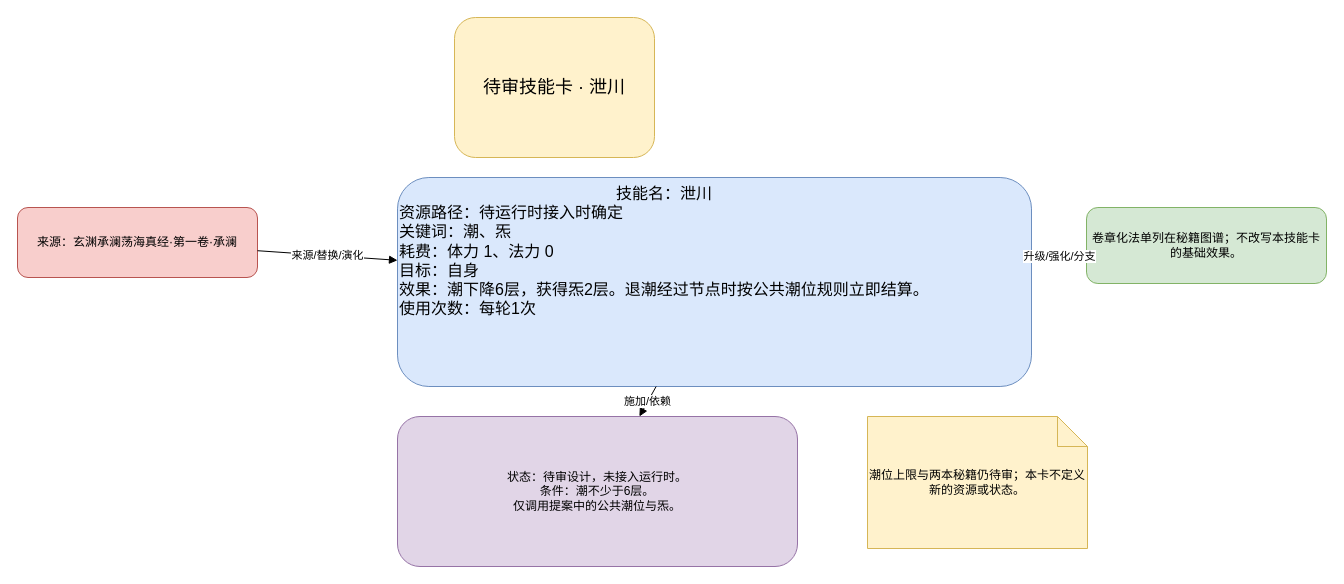
Earlier version of the draw.io diagram page "策划说明" (2 of 2) of docs/卡牌词典/秘籍技能/玄渊承澜荡海真经/泄川.drawio (ankundanetracyc-spec/tian-guan-you-du). Source tidied: cells renumbered, new cells numbered last; positions are measured from the earlier drawing's top-left corner, leaving out a move shared by most shapes. Both pictures are drawn from the tidied source at 100%, with x=0, y=0 at pixel (17, 17).
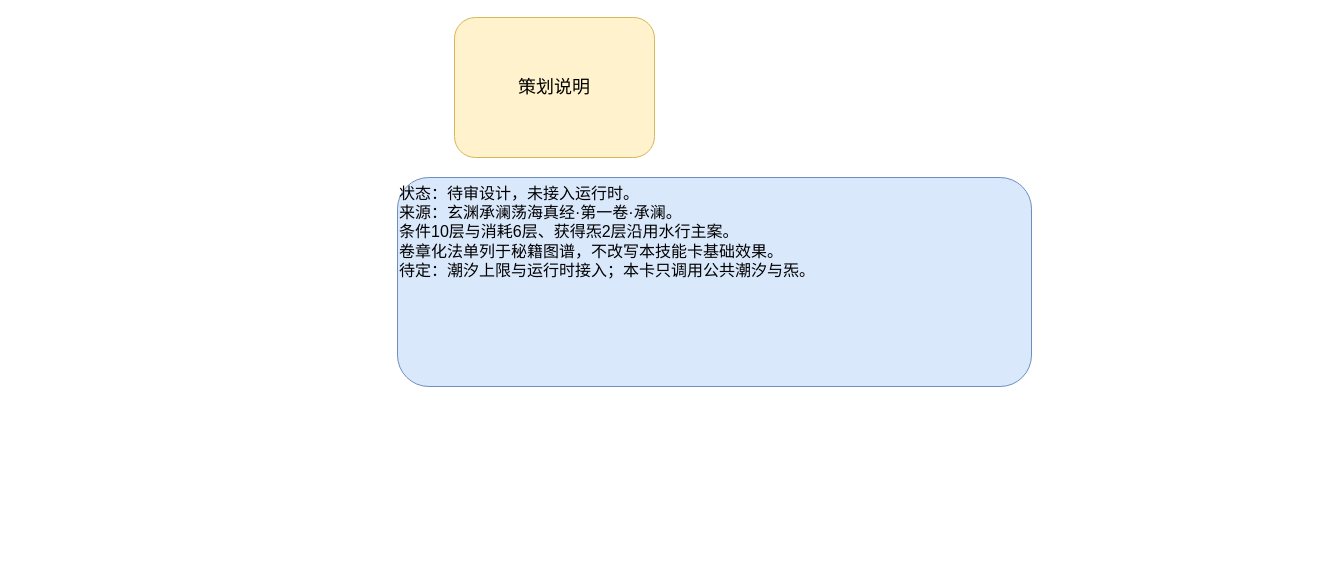
Above is the later version.

Diff of the diagram source:
```diff
@@
 <mxGraphModel>
   <root>
     <mxCell id="0" />
     <mxCell id="1" parent="0" />
-    <mxCell id="2" value="待审技能卡 · 泄川" style="rounded=1;whiteSpace=wrap;html=1;fillColor=#fff2cc;strokeColor=#d6b656;fontSize=18;" parent="1" vertex="1">
+    <mxCell id="2" value="策划说明" style="rounded=1;whiteSpace=wrap;html=1;fillColor=#fff2cc;strokeColor=#d6b656;fontSize=18;" parent="1" vertex="1">
       <mxGeometry x="437" width="200" height="140" as="geometry" />
     </mxCell>
-    <mxCell id="3" value="&lt;div style=&quot;text-align:center;&quot;&gt;技能名：泄川&lt;/div&gt;&lt;div style=&quot;text-align:left;&quot;&gt;资源路径：待运行时接入时确定&lt;br&gt;关键词：潮、炁&lt;br&gt;耗费：体力 1、法力 0&lt;br&gt;目标：自身&lt;br&gt;效果：潮下降6层，获得炁2层。退潮经过节点时按公共潮位规则立即结算。&lt;br&gt;使用次数：每轮1次&lt;/div&gt;" style="rounded=1;whiteSpace=wrap;html=1;fillColor=#dae8fc;strokeColor=#6c8ebf;fontSize=16;align=left;verticalAlign=top;" parent="1" vertex="1">
+    <mxCell id="3" value="状态：待审设计，未接入运行时。&#10;来源：玄渊承澜荡海真经·第一卷·承澜。&#10;条件10层与消耗6层、获得炁2层沿用水行主案。&#10;卷章化法单列于秘籍图谱，不改写本技能卡基础效果。&#10;待定：潮汐上限与运行时接入；本卡只调用公共潮汐与炁。" style="rounded=1;whiteSpace=wrap;html=1;fillColor=#dae8fc;strokeColor=#6c8ebf;fontSize=16;align=left;verticalAlign=top;" parent="1" vertex="1">
       <mxGeometry x="380" y="160" width="634" height="209" as="geometry" />
     </mxCell>
-    <mxCell id="4" value="来源：玄渊承澜荡海真经·第一卷·承澜" style="rounded=1;whiteSpace=wrap;html=1;fillColor=#f8cecc;strokeColor=#b85450;" parent="1" vertex="1">
-      <mxGeometry y="190" width="240" height="70" as="geometry" />
-    </mxCell>
-    <mxCell id="5" value="卷章化法单列在秘籍图谱；不改写本技能卡的基础效果。" style="rounded=1;whiteSpace=wrap;html=1;fillColor=#d5e8d4;strokeColor=#82b366;" parent="1" vertex="1">
-      <mxGeometry x="1069" y="190" width="240" height="76" as="geometry" />
-    </mxCell>
-    <mxCell id="6" value="状态：待审设计，未接入运行时。&lt;br&gt;条件：潮不少于6层。&lt;br&gt;仅调用提案中的公共潮位与炁。" style="rounded=1;whiteSpace=wrap;html=1;fillColor=#e1d5e7;strokeColor=#9673a6;" parent="1" vertex="1">
-      <mxGeometry x="380" y="399" width="400" height="150" as="geometry" />
-    </mxCell>
-    <mxCell id="7" value="潮位上限与两本秘籍仍待审；本卡不定义新的资源或状态。" style="shape=note;whiteSpace=wrap;html=1;fillColor=#fff2cc;strokeColor=#d6b656;" parent="1" vertex="1">
-      <mxGeometry x="850" y="399" width="220" height="132" as="geometry" />
-    </mxCell>
-    <mxCell id="8" value="来源/替换/演化" style="endArrow=block;html=1;rounded=0;" parent="1" edge="1" source="4" target="3">
-      <mxGeometry relative="1" as="geometry" />
-    </mxCell>
-    <mxCell id="9" value="升级/强化/分支" style="endArrow=block;html=1;rounded=0;" parent="1" edge="1" source="3" target="5">
-      <mxGeometry relative="1" as="geometry" />
-    </mxCell>
-    <mxCell id="10" value="施加/依赖" style="endArrow=block;html=1;rounded=0;" parent="1" edge="1" source="3" target="6">
-      <mxGeometry relative="1" as="geometry" />
-    </mxCell>
   </root>
 </mxGraphModel>
```
